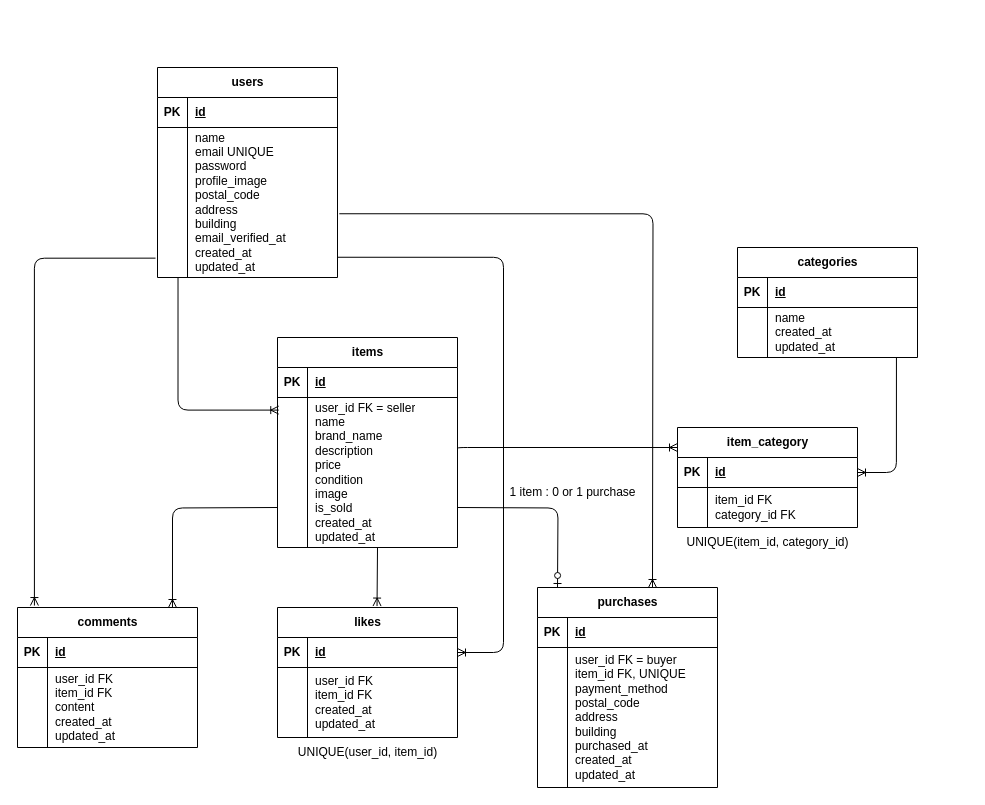
Earlier version of the draw.io diagram ER.drawio (kajihata-rumi/coachtech-furima). Source tidied: cells renumbered, new cells numbered last; positions are measured from the earlier drawing's top-left corner, leaving out a move shared by most shapes. Both pictures are drawn from the tidied source at 100%, with x=0, y=0 at pixel (17, 67).
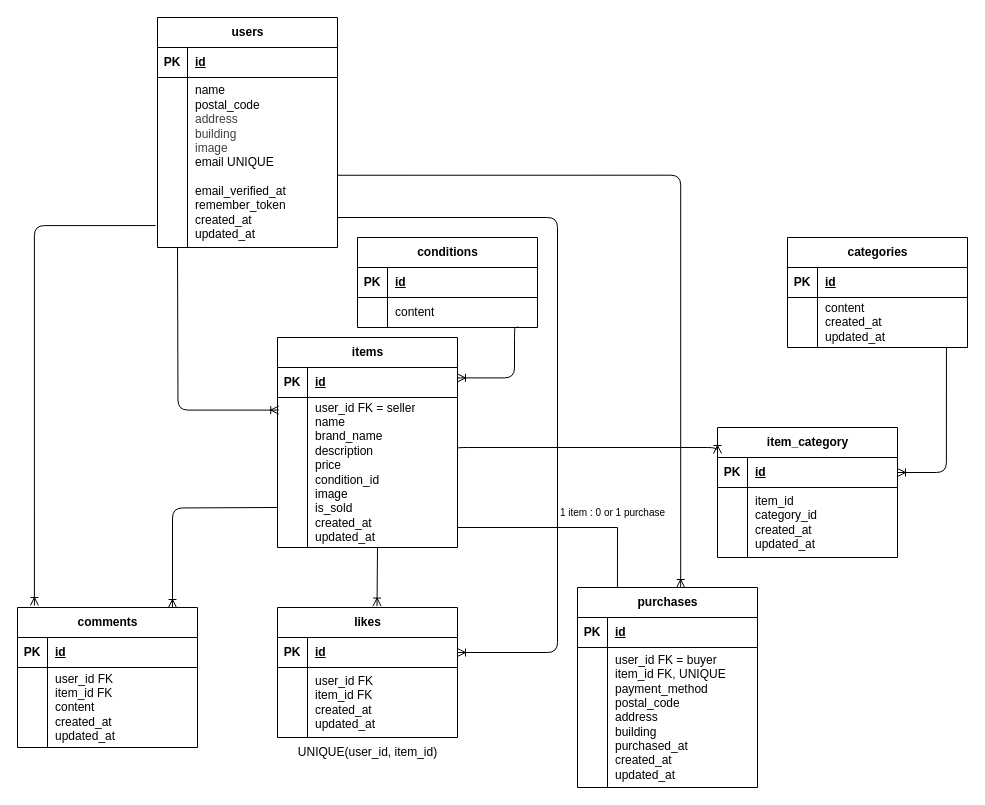
The same page after the edit.

Commit message (it also covers changes not shown here):
Finalize ER diagram and table specification

Unchanged cells that the change refers to:
```xml
<mxCell id="13" style="shape=tableRow;horizontal=0;startSize=0;swimlaneHead=0;swimlaneBody=0;fillColor=none;points=[[0,0.5],[1,0.5]];portConstraint=eastwest;top=0;left=0;right=0;bottom=0;" parent="9" vertex="1">
  <mxGeometry y="60" width="180" height="150" as="geometry" />
</mxCell>
<mxCell id="20" style="shape=tableRow;horizontal=0;startSize=0;swimlaneHead=0;swimlaneBody=0;fillColor=none;points=[[0,0.5],[1,0.5]];portConstraint=eastwest;top=0;left=0;right=0;bottom=0;" parent="16" vertex="1">
  <mxGeometry y="60" width="180" height="50" as="geometry" />
</mxCell>
<mxCell id="38" style="shape=tableRow;horizontal=0;startSize=0;swimlaneHead=0;swimlaneBody=0;fillColor=none;points=[[0,0.5],[1,0.5]];portConstraint=eastwest;top=0;left=0;right=0;bottom=1;" parent="37" vertex="1">
  <mxGeometry y="30" width="180" height="30" as="geometry" />
</mxCell>
```

What changed in the source:
```diff
@@
     <mxCell id="2" value="users" style="shape=table;startSize=30;childLayout=tableLayout;rowLines=0;fontStyle=1;align=center;html=1;" parent="1" vertex="1">
-      <mxGeometry x="140" width="180" height="210" as="geometry" />
+      <mxGeometry x="140" y="-50" width="180" height="230" as="geometry" />
     </mxCell>
@@
     <mxCell id="6" style="shape=tableRow;horizontal=0;startSize=0;swimlaneHead=0;swimlaneBody=0;fillColor=none;points=[[0,0.5],[1,0.5]];portConstraint=eastwest;top=0;left=0;right=0;bottom=0;" parent="2" vertex="1">
-      <mxGeometry y="60" width="180" height="150" as="geometry" />
+      <mxGeometry y="60" width="180" height="170" as="geometry" />
     </mxCell>
     <mxCell id="7" style="shape=partialRectangle;fillColor=none;top=0;left=0;bottom=0;right=0;overflow=hidden;whiteSpace=wrap;html=1;" parent="6" vertex="1">
-      <mxGeometry width="30" height="150" as="geometry" />
+      <mxGeometry width="30" height="170" as="geometry" />
     </mxCell>
-    <mxCell id="8" value="name&lt;br&gt;email UNIQUE&lt;br&gt;password&lt;br&gt;profile_image&lt;br&gt;postal_code&lt;br&gt;address&lt;br&gt;building&lt;br&gt;email_verified_at&lt;br&gt;created_at&lt;br&gt;updated_at" style="shape=partialRectangle;fillColor=none;top=0;left=0;bottom=0;right=0;align=left;spacingLeft=6;overflow=hidden;whiteSpace=wrap;html=1;" parent="6" vertex="1">
-      <mxGeometry x="30" width="150" height="150" as="geometry" />
+    <mxCell id="8" value="name&lt;div&gt;&lt;span style=&quot;color: rgb(0, 0, 0);&quot;&gt;postal_code&lt;/span&gt;&lt;/div&gt;&lt;div&gt;&lt;span style=&quot;color: rgb(63, 63, 63);&quot;&gt;address&lt;/span&gt;&lt;/div&gt;&lt;div&gt;&lt;span style=&quot;color: rgb(63, 63, 63);&quot;&gt;building&lt;/span&gt;&lt;/div&gt;&lt;div&gt;&lt;span style=&quot;color: rgb(63, 63, 63);&quot;&gt;image&lt;/span&gt;&lt;font color=&quot;#000000&quot;&gt;&lt;font color=&quot;#000000&quot;&gt;&lt;br&gt;&lt;/font&gt;&lt;/font&gt;email UNIQUE&lt;br&gt;&lt;br&gt;email_verified_at&lt;br&gt;&lt;div&gt;&lt;span style=&quot;background-color: transparent;&quot;&gt;remember_token&lt;/span&gt;&lt;/div&gt;&lt;div&gt;created_at&lt;br&gt;updated_at&lt;/div&gt;&lt;/div&gt;" style="shape=partialRectangle;fillColor=none;top=0;left=0;bottom=0;right=0;align=left;spacingLeft=6;overflow=hidden;whiteSpace=wrap;html=1;" parent="6" vertex="1">
+      <mxGeometry x="30" width="150" height="170" as="geometry" />
     </mxCell>
@@
-    <mxCell id="15" value="user_id FK = seller&lt;br&gt;name&lt;br&gt;brand_name&lt;br&gt;description&lt;br&gt;price&lt;br&gt;condition&lt;br&gt;image&lt;br&gt;is_sold&lt;br&gt;created_at&lt;br&gt;updated_at" style="shape=partialRectangle;fillColor=none;top=0;left=0;bottom=0;right=0;align=left;spacingLeft=6;overflow=hidden;whiteSpace=wrap;html=1;" parent="13" vertex="1">
+    <mxCell id="15" value="user_id FK = seller&lt;br&gt;name&lt;br&gt;brand_name&lt;br&gt;description&lt;br&gt;price&lt;br&gt;condition_id&lt;br&gt;image&lt;br&gt;is_sold&lt;br&gt;created_at&lt;br&gt;updated_at" style="shape=partialRectangle;fillColor=none;top=0;left=0;bottom=0;right=0;align=left;spacingLeft=6;overflow=hidden;whiteSpace=wrap;html=1;" parent="13" vertex="1">
       <mxGeometry x="30" width="150" height="150" as="geometry" />
     </mxCell>
     <mxCell id="16" value="categories" style="shape=table;startSize=30;childLayout=tableLayout;rowLines=0;fontStyle=1;align=center;html=1;" parent="1" vertex="1">
-      <mxGeometry x="720" y="180" width="180" height="110" as="geometry" />
+      <mxGeometry x="770" y="170" width="180" height="110" as="geometry" />
     </mxCell>
@@
-    <mxCell id="22" value="name&lt;br&gt;created_at&lt;br&gt;updated_at" style="shape=partialRectangle;fillColor=none;top=0;left=0;bottom=0;right=0;align=left;spacingLeft=6;overflow=hidden;whiteSpace=wrap;html=1;" parent="20" vertex="1">
+    <mxCell id="22" value="content&lt;br&gt;created_at&lt;br&gt;updated_at" style="shape=partialRectangle;fillColor=none;top=0;left=0;bottom=0;right=0;align=left;spacingLeft=6;overflow=hidden;whiteSpace=wrap;html=1;" parent="20" vertex="1">
       <mxGeometry x="30" width="150" height="50" as="geometry" />
     </mxCell>
     <mxCell id="23" value="item_category" style="shape=table;startSize=30;childLayout=tableLayout;rowLines=0;fontStyle=1;align=center;html=1;" parent="1" vertex="1">
-      <mxGeometry x="660" y="360" width="180" height="100" as="geometry" />
+      <mxGeometry x="700" y="360" width="180" height="130" as="geometry" />
     </mxCell>
@@
     <mxCell id="27" style="shape=tableRow;horizontal=0;startSize=0;swimlaneHead=0;swimlaneBody=0;fillColor=none;top=0;left=0;right=0;bottom=0;" parent="23" vertex="1">
-      <mxGeometry y="60" width="180" height="40" as="geometry" />
+      <mxGeometry y="60" width="180" height="70" as="geometry" />
     </mxCell>
     <mxCell id="28" style="shape=partialRectangle;fillColor=none;top=0;left=0;bottom=0;right=0;overflow=hidden;whiteSpace=wrap;html=1;" parent="27" vertex="1">
-      <mxGeometry width="30" height="40" as="geometry" />
+      <mxGeometry width="30" height="70" as="geometry" />
     </mxCell>
-    <mxCell id="29" value="item_id FK&amp;nbsp;&lt;br&gt;category_id FK" style="shape=partialRectangle;fillColor=none;top=0;left=0;bottom=0;right=0;align=left;spacingLeft=6;overflow=hidden;whiteSpace=wrap;html=1;" parent="27" vertex="1">
-      <mxGeometry x="30" width="150" height="40" as="geometry" />
+    <mxCell id="29" value="item_id&amp;nbsp;&lt;br&gt;category_id&lt;div&gt;&lt;span style=&quot;color: rgb(0, 0, 0);&quot;&gt;created_at&lt;/span&gt;&lt;br style=&quot;color: rgb(63, 63, 63); scrollbar-color: rgb(226, 226, 226) rgb(251, 251, 251);&quot;&gt;&lt;span style=&quot;color: rgb(0, 0, 0);&quot;&gt;updated_at&lt;/span&gt;&lt;/div&gt;" style="shape=partialRectangle;fillColor=none;top=0;left=0;bottom=0;right=0;align=left;spacingLeft=6;overflow=hidden;whiteSpace=wrap;html=1;" parent="27" vertex="1">
+      <mxGeometry x="30" width="150" height="70" as="geometry" />
     </mxCell>
@@
     <mxCell id="44" value="purchases" style="shape=table;startSize=30;childLayout=tableLayout;rowLines=0;fontStyle=1;align=center;html=1;" parent="1" vertex="1">
-      <mxGeometry x="520" y="520" width="180" height="200" as="geometry" />
+      <mxGeometry x="560" y="520" width="180" height="200" as="geometry" />
     </mxCell>
@@
-    <mxCell id="51" style="edgeStyle=orthogonalEdgeStyle;fontSize=12;html=1;endArrow=ERoneToMany;exitX=0.114;exitY=1;exitDx=0;exitDy=0;exitPerimeter=0;entryX=0.007;entryY=0.084;entryDx=0;entryDy=0;entryPerimeter=0;" parent="1" edge="1" source="6" target="13">
-      <mxGeometry relative="1" as="geometry" />
+    <mxCell id="51" style="edgeStyle=orthogonalEdgeStyle;fontSize=12;html=1;endArrow=ERoneToMany;entryX=0.007;entryY=0.084;entryDx=0;entryDy=0;entryPerimeter=0;" parent="1" edge="1" target="13">
+      <mxGeometry relative="1" as="geometry">
+        <mxPoint x="160" y="180" as="sourcePoint" />
+      </mxGeometry>
     </mxCell>
@@
-    <mxCell id="56" style="edgeStyle=orthogonalEdgeStyle;fontSize=12;html=1;endArrow=ERoneToMany;exitX=1.002;exitY=0.865;exitDx=0;exitDy=0;exitPerimeter=0;entryX=1;entryY=0.5;entryDx=0;entryDy=0;" parent="1" edge="1" source="6" target="38">
+    <mxCell id="56" style="edgeStyle=orthogonalEdgeStyle;fontSize=12;html=1;endArrow=ERoneToMany;entryX=1;entryY=0.5;entryDx=0;entryDy=0;" parent="1" edge="1" target="38">
       <mxGeometry relative="1" as="geometry">
+        <mxPoint x="320" y="150" as="sourcePoint" />
         <Array as="points">
-          <mxPoint x="486" y="190" />
-          <mxPoint x="486" y="585" />
+          <mxPoint x="540" y="150" />
+          <mxPoint x="540" y="585" />
         </Array>
       </mxGeometry>
     </mxCell>
-    <mxCell id="57" style="edgeStyle=orthogonalEdgeStyle;fontSize=12;html=1;endArrow=ERoneToMany;exitX=1.01;exitY=0.575;exitDx=0;exitDy=0;exitPerimeter=0;entryX=0.539;entryY=0;entryDx=0;entryDy=0;entryPerimeter=0;" parent="1" edge="1" source="6">
+    <mxCell id="57" style="edgeStyle=orthogonalEdgeStyle;fontSize=12;html=1;endArrow=ERoneToMany;exitX=1;exitY=0.575;exitDx=0;exitDy=0;exitPerimeter=0;entryX=0.539;entryY=0;entryDx=0;entryDy=0;entryPerimeter=0;" parent="1" edge="1" source="6">
       <mxGeometry relative="1" as="geometry">
-        <mxPoint x="635" y="520" as="targetPoint" />
+        <mxPoint x="663.2" y="520" as="targetPoint" />
+        <Array as="points">
+          <mxPoint x="664" y="108" />
+        </Array>
       </mxGeometry>
     </mxCell>
@@
-    <mxCell id="59" style="edgeStyle=orthogonalEdgeStyle;fontSize=12;html=1;endArrow=ERzeroToOne;endFill=1;" parent="1" edge="1">
-      <mxGeometry relative="1" as="geometry">
-        <mxPoint x="440" y="440" as="sourcePoint" />
-        <mxPoint x="540" y="520" as="targetPoint" />
-      </mxGeometry>
-    </mxCell>
     <mxCell id="60" style="shape=table;startSize=0;childLayout=tableLayout;rowLines=0;fontStyle=0;align=center;strokeColor=none;fillColor=none;whiteSpace=wrap;html=1;" parent="1" vertex="1">
-      <mxGeometry x="290" y="410" width="180" height="30" as="geometry" />
+      <mxGeometry x="290" y="410" width="180" height="40" as="geometry" />
     </mxCell>
     <mxCell id="61" style="shape=tableRow;horizontal=0;startSize=0;swimlaneHead=0;swimlaneBody=0;fillColor=none;top=0;left=0;right=0;bottom=0;" parent="60" vertex="1">
-      <mxGeometry width="180" height="30" as="geometry" />
+      <mxGeometry width="180" height="40" as="geometry" />
     </mxCell>
     <mxCell id="62" style="shape=partialRectangle;fillColor=none;top=0;left=0;bottom=0;right=0;overflow=hidden;" parent="61" vertex="1">
-      <mxGeometry width="30" height="30" as="geometry" />
+      <mxGeometry width="30" height="40" as="geometry" />
     </mxCell>
     <mxCell id="63" style="shape=partialRectangle;fillColor=none;top=0;left=0;bottom=0;right=0;align=left;spacingLeft=6;overflow=hidden;" parent="61" vertex="1">
-      <mxGeometry x="30" width="150" height="30" as="geometry" />
+      <mxGeometry x="30" width="150" height="40" as="geometry" />
     </mxCell>
@@
-    <mxCell id="65" value="UNIQUE(item_id, category_id)" style="text;html=1;align=center;verticalAlign=middle;strokeColor=none;fillColor=none;" parent="1" vertex="1">
-      <mxGeometry x="655" y="460" width="190" height="30" as="geometry" />
-    </mxCell>
-    <mxCell id="66" value="&lt;font style=&quot;font-size: 12px;&quot;&gt;1 item : 0 or 1 purchase&lt;/font&gt;" style="text;html=1;align=center;verticalAlign=middle;strokeColor=none;fillColor=none;" parent="1" vertex="1">
-      <mxGeometry x="480" y="410" width="150" height="30" as="geometry" />
+    <mxCell id="66" value="&lt;font style=&quot;font-size: 10px;&quot;&gt;1 item : 0 or 1 purchase&lt;/font&gt;" style="text;html=1;align=center;verticalAlign=middle;strokeColor=none;fillColor=none;" parent="1" vertex="1">
+      <mxGeometry x="530" y="430" width="130" height="30" as="geometry" />
     </mxCell>
+    <mxCell id="67" value="conditions" style="shape=table;startSize=30;childLayout=tableLayout;rowLines=0;fontStyle=1;align=center;html=1;" parent="1" vertex="1">
+      <mxGeometry x="340" y="170" width="180" height="90" as="geometry" />
+    </mxCell>
+    <mxCell id="68" style="shape=tableRow;horizontal=0;startSize=0;swimlaneHead=0;swimlaneBody=0;fillColor=none;top=0;left=0;right=0;bottom=1;" parent="67" vertex="1">
+      <mxGeometry y="30" width="180" height="30" as="geometry" />
+    </mxCell>
+    <mxCell id="69" value="PK" style="shape=partialRectangle;fillColor=none;top=0;left=0;bottom=0;right=0;fontStyle=1;overflow=hidden;whiteSpace=wrap;html=1;" parent="68" vertex="1">
+      <mxGeometry width="30" height="30" as="geometry" />
+    </mxCell>
+    <mxCell id="70" value="id" style="shape=partialRectangle;fillColor=none;top=0;left=0;bottom=0;right=0;align=left;spacingLeft=6;fontStyle=5;overflow=hidden;whiteSpace=wrap;html=1;" parent="68" vertex="1">
+      <mxGeometry x="30" width="150" height="30" as="geometry" />
+    </mxCell>
+    <mxCell id="71" style="shape=tableRow;horizontal=0;startSize=0;swimlaneHead=0;swimlaneBody=0;fillColor=none;top=0;left=0;right=0;bottom=0;" parent="67" vertex="1">
+      <mxGeometry y="60" width="180" height="30" as="geometry" />
+    </mxCell>
+    <mxCell id="72" style="shape=partialRectangle;fillColor=none;top=0;left=0;bottom=0;right=0;overflow=hidden;whiteSpace=wrap;html=1;" parent="71" vertex="1">
+      <mxGeometry width="30" height="30" as="geometry" />
+    </mxCell>
+    <mxCell id="73" value="content" style="shape=partialRectangle;fillColor=none;top=0;left=0;bottom=0;right=0;align=left;spacingLeft=6;overflow=hidden;whiteSpace=wrap;html=1;" parent="71" vertex="1">
+      <mxGeometry x="30" width="150" height="30" as="geometry" />
+    </mxCell>
+    <mxCell id="74" style="edgeStyle=orthogonalEdgeStyle;fontSize=12;html=1;endArrow=ERoneToMany;entryX=1.018;entryY=0.297;entryDx=0;entryDy=0;entryPerimeter=0;" parent="1" edge="1">
+      <mxGeometry relative="1" as="geometry">
+        <mxPoint x="500" y="259" as="sourcePoint" />
+        <mxPoint x="440" y="310.4" as="targetPoint" />
+        <Array as="points">
+          <mxPoint x="500" y="260" />
+          <mxPoint x="497" y="260" />
+          <mxPoint x="497" y="310" />
+        </Array>
+      </mxGeometry>
+    </mxCell>
+    <mxCell id="75" style="endArrow=none;html=1;rounded=0;entryX=0.222;entryY=0;entryDx=0;entryDy=0;entryPerimeter=0;" parent="1" edge="1" target="44">
+      <mxGeometry relative="1" as="geometry">
+        <mxPoint x="440" y="460" as="sourcePoint" />
+        <Array as="points">
+          <mxPoint x="600" y="460" />
+        </Array>
+      </mxGeometry>
+    </mxCell>
```
